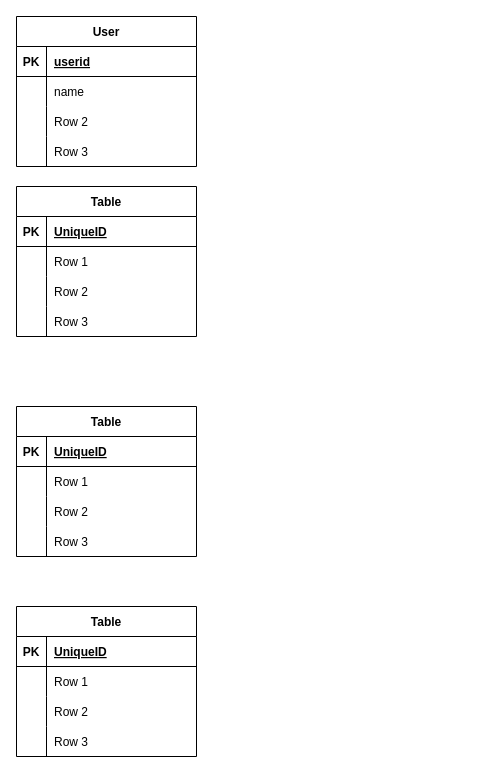
This is ERD.drawio from nholliday314/Project-2, a draw.io file, before an edit. Source tidied: cells renumbered, new cells numbered last; positions are measured from the earlier drawing's top-left corner, leaving out a move shared by most shapes. Both pictures are drawn from the tidied source at 100%, with x=0, y=0 at pixel (16, 16).
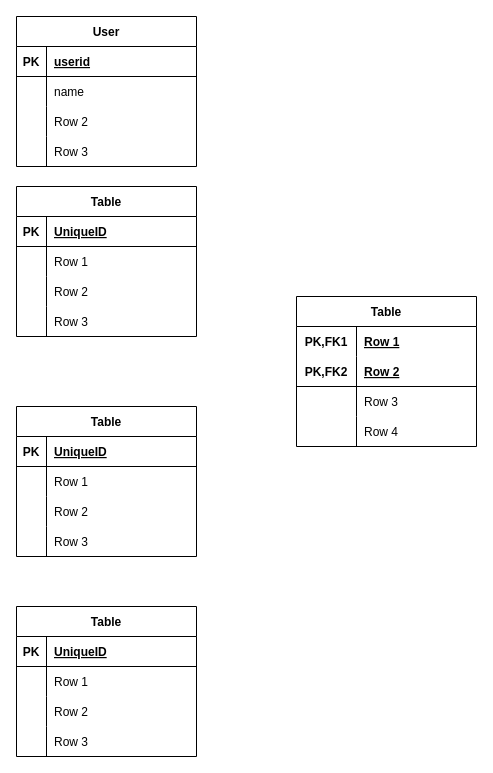
After the change.

Change to the diagram source:
```diff
@@
+    <mxCell id="54" value="Table" style="shape=table;startSize=30;childLayout=tableLayout;rowLines=0;fontStyle=1;align=center;" parent="1" vertex="1">
+      <mxGeometry x="280" y="280" width="180" height="150" as="geometry" />
+    </mxCell>
+    <mxCell id="55" style="shape=tableRow;horizontal=0;startSize=0;swimlaneHead=0;swimlaneBody=0;fillColor=none;top=0;left=0;right=0;bottom=0;" parent="54" vertex="1">
+      <mxGeometry y="30" width="180" height="30" as="geometry" />
+    </mxCell>
+    <mxCell id="56" value="PK,FK1" style="shape=partialRectangle;fillColor=none;top=0;left=0;bottom=0;right=0;fontStyle=1;overflow=hidden;" parent="55" vertex="1">
+      <mxGeometry width="60" height="30" as="geometry" />
+    </mxCell>
+    <mxCell id="57" value="Row 1" style="shape=partialRectangle;fillColor=none;top=0;left=0;bottom=0;right=0;align=left;spacingLeft=6;fontStyle=5;overflow=hidden;" parent="55" vertex="1">
+      <mxGeometry x="60" width="120" height="30" as="geometry" />
+    </mxCell>
+    <mxCell id="58" style="shape=tableRow;horizontal=0;startSize=0;swimlaneHead=0;swimlaneBody=0;fillColor=none;top=0;left=0;right=0;bottom=1;" parent="54" vertex="1">
+      <mxGeometry y="60" width="180" height="30" as="geometry" />
+    </mxCell>
+    <mxCell id="59" value="PK,FK2" style="shape=partialRectangle;fillColor=none;top=0;left=0;bottom=0;right=0;fontStyle=1;overflow=hidden;" parent="58" vertex="1">
+      <mxGeometry width="60" height="30" as="geometry" />
+    </mxCell>
+    <mxCell id="60" value="Row 2" style="shape=partialRectangle;fillColor=none;top=0;left=0;bottom=0;right=0;align=left;spacingLeft=6;fontStyle=5;overflow=hidden;" parent="58" vertex="1">
+      <mxGeometry x="60" width="120" height="30" as="geometry" />
+    </mxCell>
+    <mxCell id="61" style="shape=tableRow;horizontal=0;startSize=0;swimlaneHead=0;swimlaneBody=0;fillColor=none;top=0;left=0;right=0;bottom=0;" parent="54" vertex="1">
+      <mxGeometry y="90" width="180" height="30" as="geometry" />
+    </mxCell>
+    <mxCell id="62" style="shape=partialRectangle;fillColor=none;top=0;left=0;bottom=0;right=0;overflow=hidden;" parent="61" vertex="1">
+      <mxGeometry width="60" height="30" as="geometry" />
+    </mxCell>
+    <mxCell id="63" value="Row 3" style="shape=partialRectangle;fillColor=none;top=0;left=0;bottom=0;right=0;align=left;spacingLeft=6;overflow=hidden;" parent="61" vertex="1">
+      <mxGeometry x="60" width="120" height="30" as="geometry" />
+    </mxCell>
+    <mxCell id="64" style="shape=tableRow;horizontal=0;startSize=0;swimlaneHead=0;swimlaneBody=0;fillColor=none;top=0;left=0;right=0;bottom=0;" parent="54" vertex="1">
+      <mxGeometry y="120" width="180" height="30" as="geometry" />
+    </mxCell>
+    <mxCell id="65" style="shape=partialRectangle;fillColor=none;top=0;left=0;bottom=0;right=0;overflow=hidden;" parent="64" vertex="1">
+      <mxGeometry width="60" height="30" as="geometry" />
+    </mxCell>
+    <mxCell id="66" value="Row 4" style="shape=partialRectangle;fillColor=none;top=0;left=0;bottom=0;right=0;align=left;spacingLeft=6;overflow=hidden;" parent="64" vertex="1">
+      <mxGeometry x="60" width="120" height="30" as="geometry" />
+    </mxCell>
```
